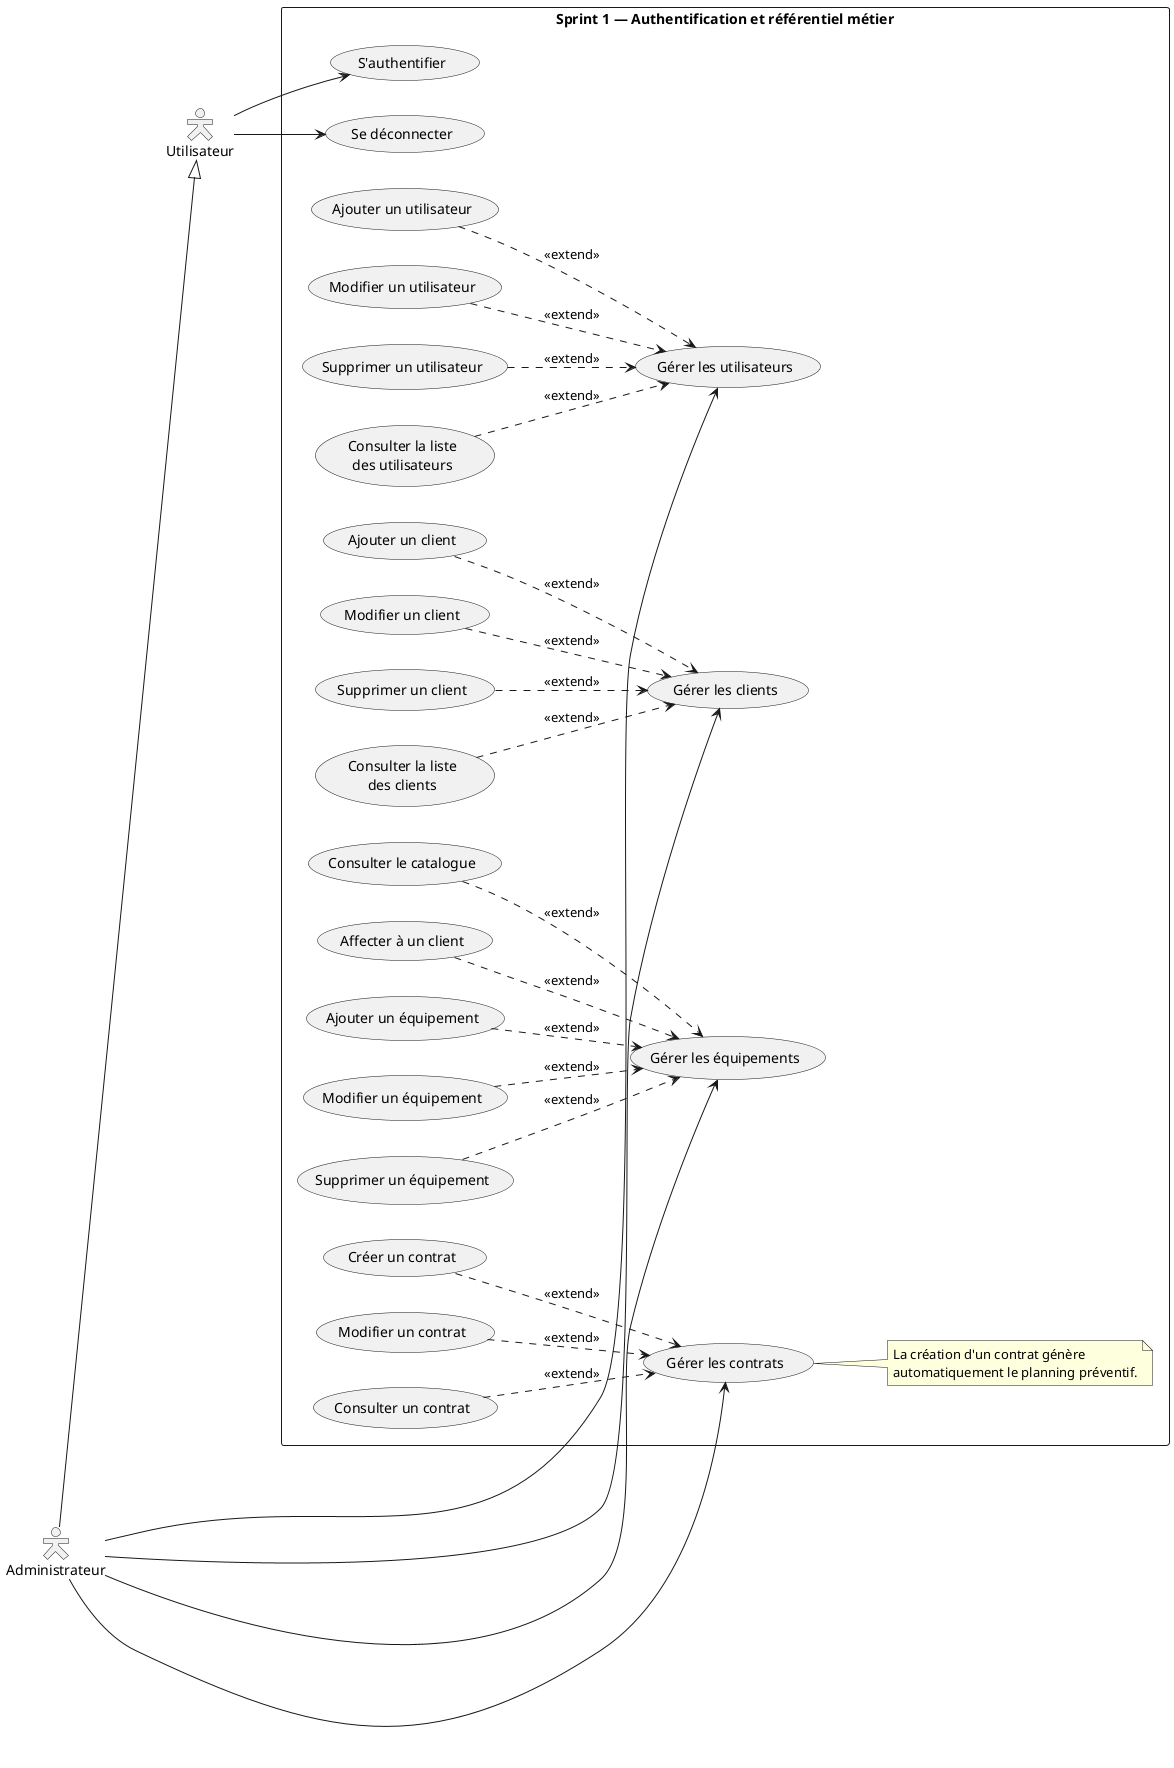
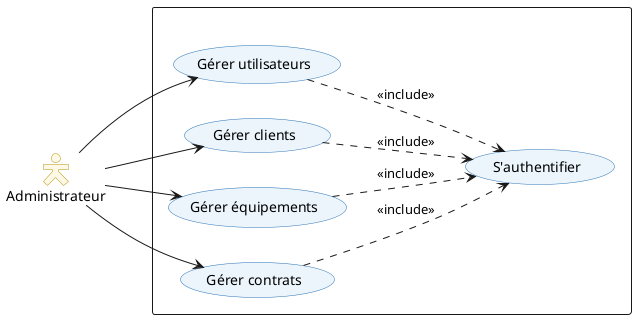
@startuml 04_sprint1_use_case
left to right direction
skinparam packageStyle rectangle
skinparam actorStyle Hollow
- 
- actor "Utilisateur" as U
- actor "Administrateur" as A
- 
- A --|> U
- 
- rectangle "Sprint 1 — Authentification et référentiel métier" {
- 
-   usecase "S'authentifier" as UC_AUTH
-   usecase "Se déconnecter" as UC_LOGOUT
- 
-   usecase "Gérer les utilisateurs" as UC_USERS
-   usecase "Ajouter un utilisateur" as UC_ADD_USER
-   usecase "Modifier un utilisateur" as UC_MOD_USER
-   usecase "Supprimer un utilisateur" as UC_DEL_USER
-   usecase "Consulter la liste\ndes utilisateurs" as UC_LIST_USERS
- 
-   usecase "Gérer les clients" as UC_CLIENTS
-   usecase "Ajouter un client" as UC_ADD_CLIENT
-   usecase "Modifier un client" as UC_MOD_CLIENT
-   usecase "Supprimer un client" as UC_DEL_CLIENT
-   usecase "Consulter la liste\ndes clients" as UC_LIST_CLIENTS
- 
-   usecase "Gérer les équipements" as UC_EQ
-   usecase "Ajouter un équipement" as UC_ADD_EQ
-   usecase "Modifier un équipement" as UC_MOD_EQ
-   usecase "Supprimer un équipement" as UC_DEL_EQ
-   usecase "Consulter le catalogue" as UC_LIST_EQ
-   usecase "Affecter à un client" as UC_ASSIGN_EQ
- 
-   usecase "Gérer les contrats" as UC_CONTRACTS
-   usecase "Créer un contrat" as UC_CREATE_CONTRACT
-   usecase "Modifier un contrat" as UC_MOD_CONTRACT
-   usecase "Consulter un contrat" as UC_VIEW_CONTRACT
- 
-   note right of UC_CONTRACTS
-     La création d'un contrat génère
-     automatiquement le planning préventif.
-   end note
+ skinparam usecase {
+   BackgroundColor #EBF5FB
+   BorderColor #2E74B5
+ }
+ skinparam actor {
+   BackgroundColor #FEF9E7
+   BorderColor #B7950B
}

- U --> UC_AUTH
- U --> UC_LOGOUT
+ actor "Administrateur" as Admin

- A --> UC_USERS
- A --> UC_CLIENTS
- A --> UC_EQ
- A --> UC_CONTRACTS
+ rectangle " " {
+   usecase "S'authentifier"     as UC_AUTH
+   usecase "Gérer utilisateurs" as UC_USERS
+   usecase "Gérer clients"      as UC_CLIENTS
+   usecase "Gérer équipements"  as UC_EQUIP
+   usecase "Gérer contrats"     as UC_CONTRACTS
+ }

- UC_ADD_USER ..> UC_USERS : <<extend>>
- UC_MOD_USER ..> UC_USERS : <<extend>>
- UC_DEL_USER ..> UC_USERS : <<extend>>
- UC_LIST_USERS ..> UC_USERS : <<extend>>
+ Admin --> UC_USERS
+ Admin --> UC_CLIENTS
+ Admin --> UC_EQUIP
+ Admin --> UC_CONTRACTS

- UC_ADD_CLIENT ..> UC_CLIENTS : <<extend>>
- UC_MOD_CLIENT ..> UC_CLIENTS : <<extend>>
- UC_DEL_CLIENT ..> UC_CLIENTS : <<extend>>
- UC_LIST_CLIENTS ..> UC_CLIENTS : <<extend>>
- 
- UC_ADD_EQ ..> UC_EQ : <<extend>>
- UC_MOD_EQ ..> UC_EQ : <<extend>>
- UC_DEL_EQ ..> UC_EQ : <<extend>>
- UC_LIST_EQ ..> UC_EQ : <<extend>>
- UC_ASSIGN_EQ ..> UC_EQ : <<extend>>
- 
- UC_CREATE_CONTRACT ..> UC_CONTRACTS : <<extend>>
- UC_MOD_CONTRACT ..> UC_CONTRACTS : <<extend>>
- UC_VIEW_CONTRACT ..> UC_CONTRACTS : <<extend>>
+ UC_USERS     ..> UC_AUTH : <<include>>
+ UC_CLIENTS   ..> UC_AUTH : <<include>>
+ UC_EQUIP     ..> UC_AUTH : <<include>>
+ UC_CONTRACTS ..> UC_AUTH : <<include>>

@enduml
